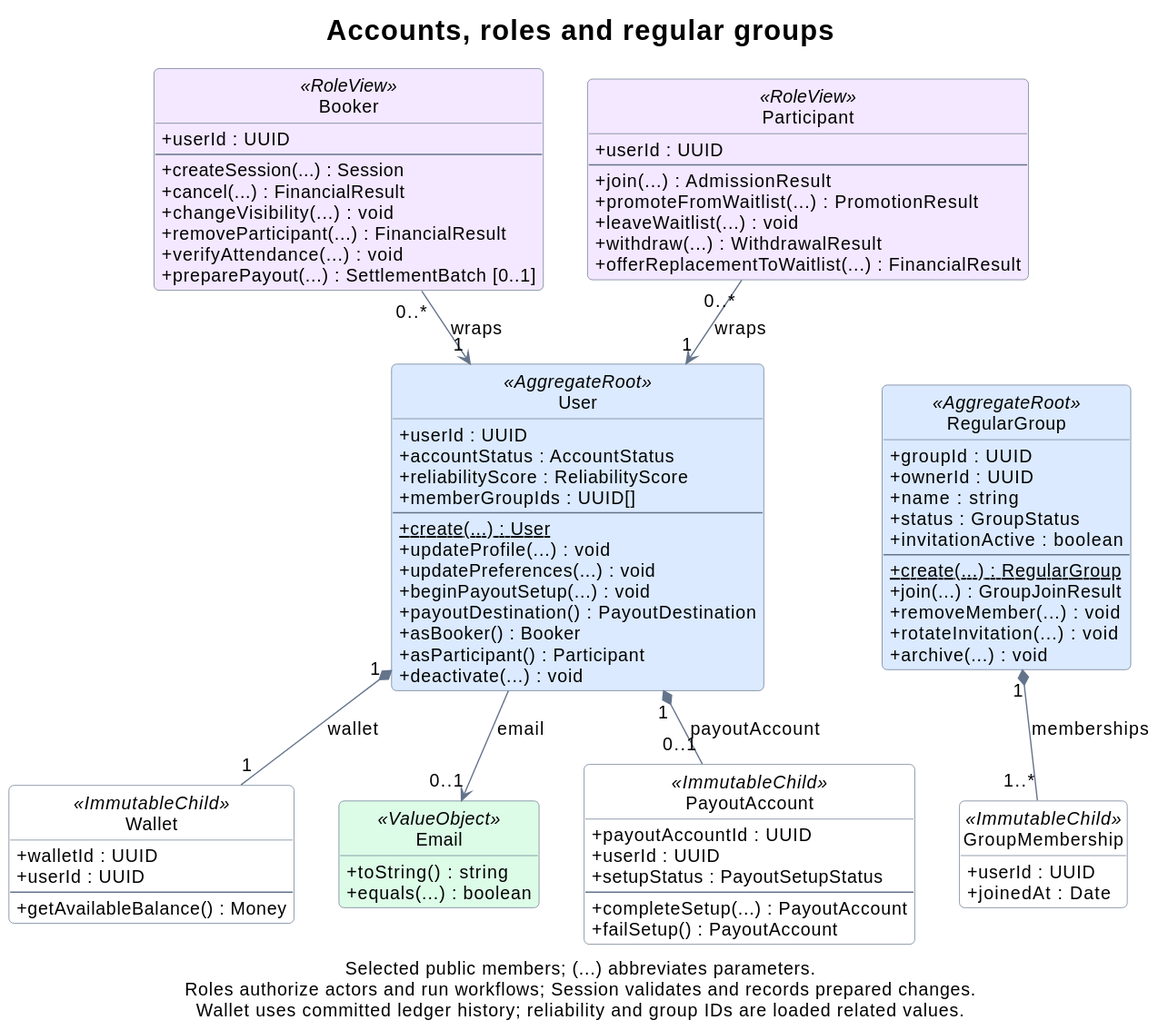
Above: docs/assets/domain-accounts.svg in rbrishi15/booking-web-manager (PlantUML), before the change.
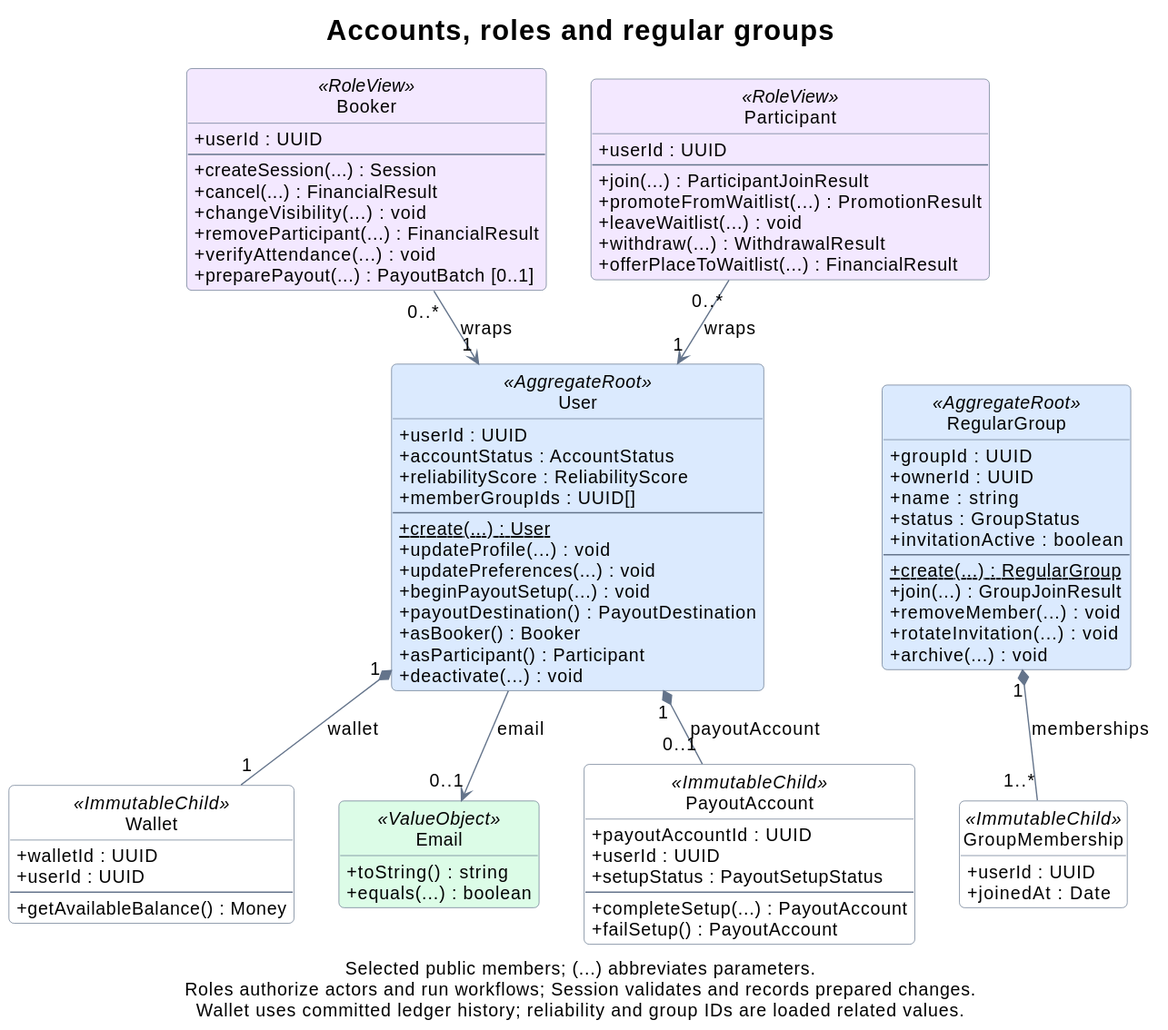
The same file after the commit.

The edit, as a diff of the source:
```diff
@@ -29,17 +29,17 @@
   +changeVisibility(...) : void
   +removeParticipant(...) : FinancialResult
   +verifyAttendance(...) : void
-  +preparePayout(...) : SettlementBatch [0..1]
+  +preparePayout(...) : PayoutBatch [0..1]
 }
 
 class Participant <<RoleView>> {
   +userId : UUID
   --
-  +join(...) : AdmissionResult
+  +join(...) : ParticipantJoinResult
   +promoteFromWaitlist(...) : PromotionResult
   +leaveWaitlist(...) : void
   +withdraw(...) : WithdrawalResult
-  +offerReplacementToWaitlist(...) : FinancialResult
+  +offerPlaceToWaitlist(...) : FinancialResult
 }
 
 class User <<AggregateRoot>> {
```
